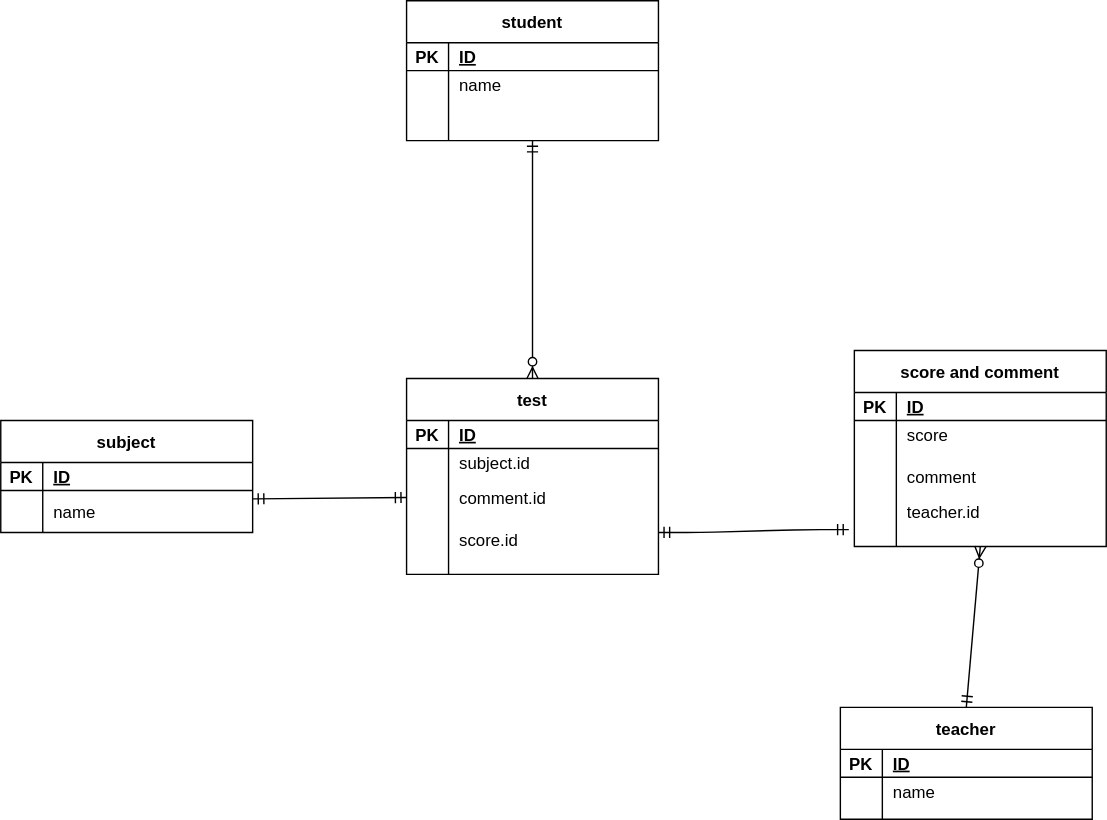
Above: index.drawio.svg in ka-yuya-ponta/data (draw.io), before the change. Source tidied: cells renumbered, new cells last; positions are measured from the earlier drawing's top-left corner, leaving out a move shared by most shapes.
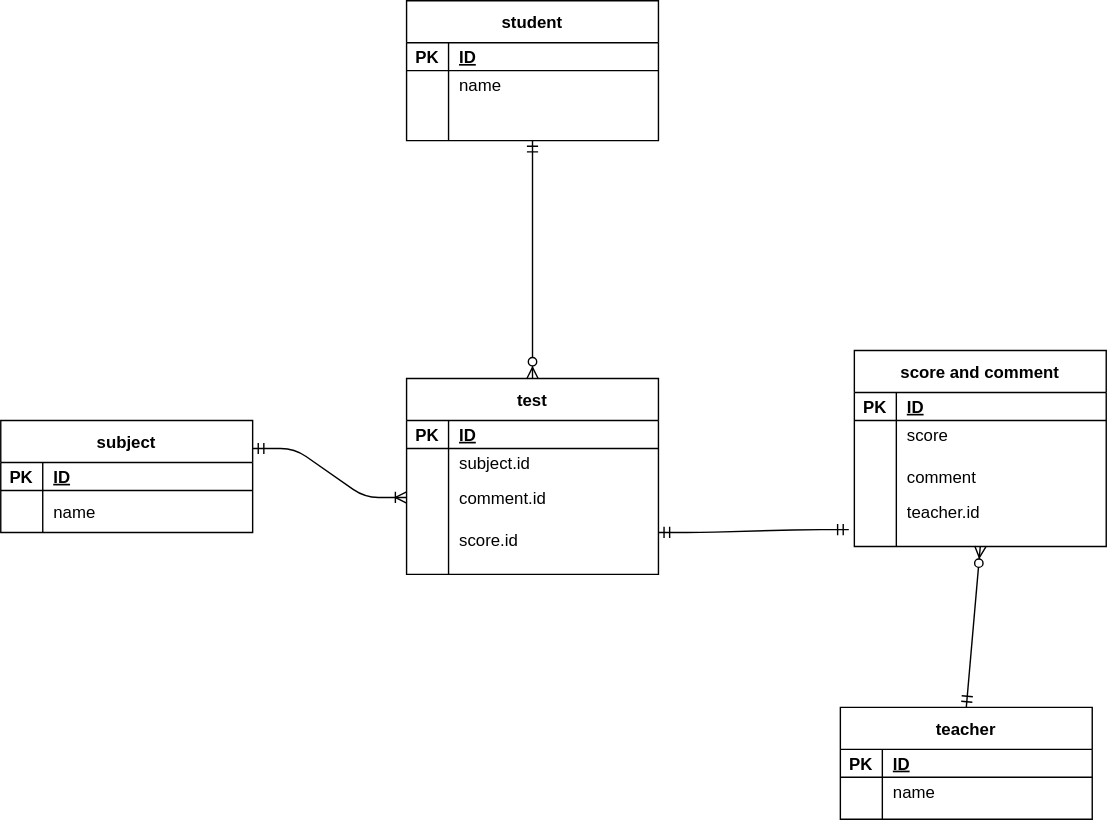
The same diagram one commit later.

The edit, as a diff of the source:
```diff
@@ -152,9 +152,6 @@
     <mxCell id="51" value="name" style="shape=partialRectangle;fillColor=none;top=0;left=0;bottom=0;right=0;align=left;spacingLeft=6;overflow=hidden;" parent="49" vertex="1">
       <mxGeometry x="30" width="150" height="20" as="geometry" />
     </mxCell>
-    <mxCell id="52" style="fontSize=12;html=1;endArrow=ERmandOne;startArrow=ERmandOne;entryX=0;entryY=0.5;entryDx=0;entryDy=0;exitX=1;exitY=0.2;exitDx=0;exitDy=0;exitPerimeter=0;" parent="1" edge="1" source="42" target="32">
-      <mxGeometry relative="1" as="geometry" />
-    </mxCell>
     <mxCell id="53" style="fontSize=12;html=1;endArrow=ERzeroToMany;startArrow=ERmandOne;exitX=0.5;exitY=1;exitDx=0;exitDy=0;entryX=0.5;entryY=0;entryDx=0;entryDy=0;" parent="1" edge="1" source="2" target="25">
       <mxGeometry relative="1" as="geometry" />
     </mxCell>
@@ -169,5 +166,10 @@
     <mxCell id="56" style="fontSize=12;html=1;endArrow=ERzeroToMany;startArrow=ERmandOne;entryX=0.5;entryY=1;entryDx=0;entryDy=0;exitX=0.5;exitY=0;exitDx=0;exitDy=0;" parent="1" edge="1" source="45" target="12">
       <mxGeometry relative="1" as="geometry" />
     </mxCell>
+    <mxCell id="57" style="edgeStyle=entityRelationEdgeStyle;fontSize=12;html=1;endArrow=ERoneToMany;startArrow=ERmandOne;entryX=0;entryY=0.5;entryDx=0;entryDy=0;" parent="1" edge="1" target="32">
+      <mxGeometry relative="1" as="geometry">
+        <mxPoint x="180" y="320" as="sourcePoint" />
+      </mxGeometry>
+    </mxCell>
   </root>
 </mxGraphModel>
```
